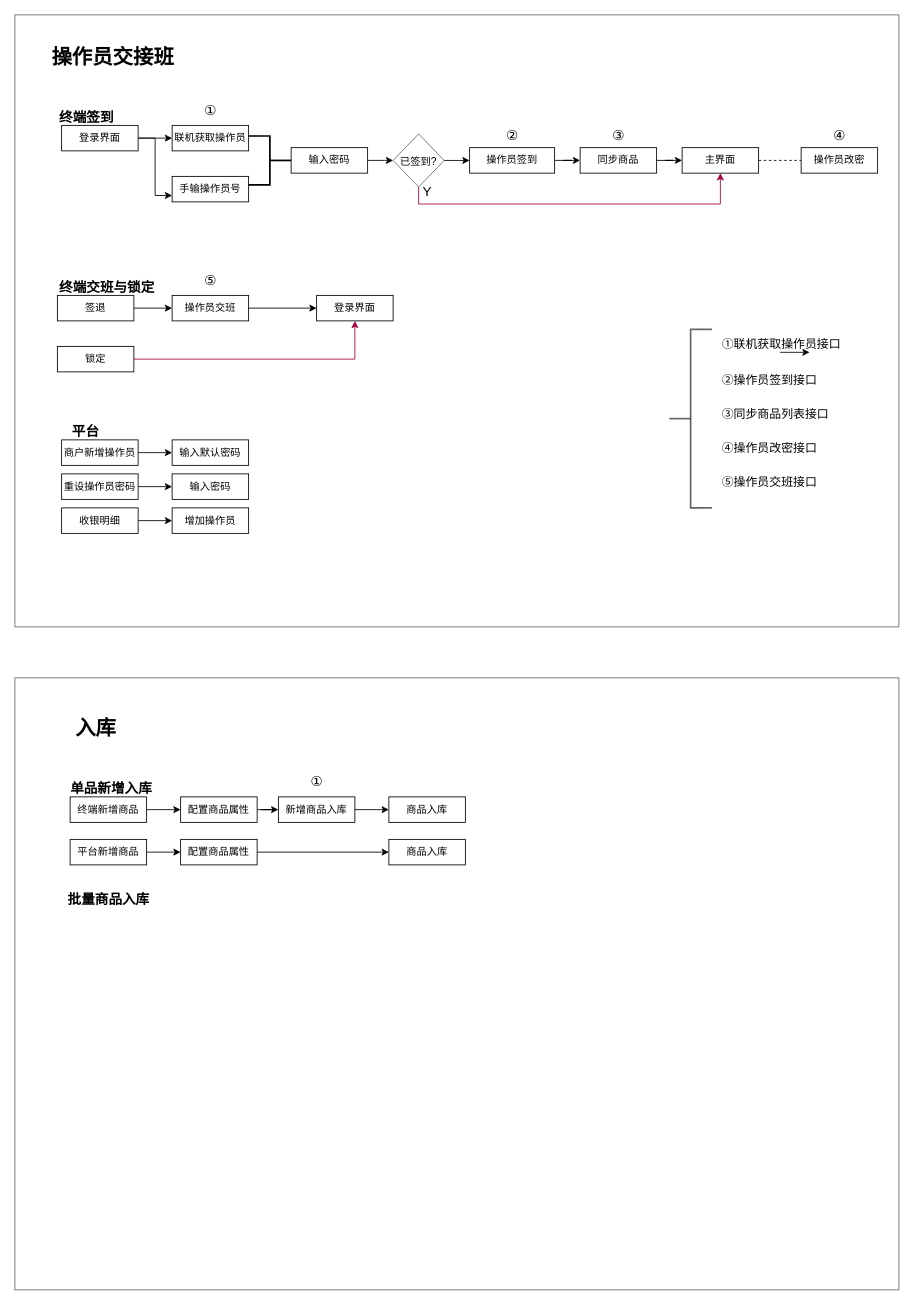
xin78693304/mycharts keeps this draw.io diagram as Untitled Diagram.drawio. Above is the earlier version. Source tidied: cells renumbered, new cells numbered last; positions are measured from the earlier drawing's top-left corner, leaving out a move shared by most shapes. Both pictures are drawn from the tidied source at 85%, with x=0, y=0 at pixel (14, 14).
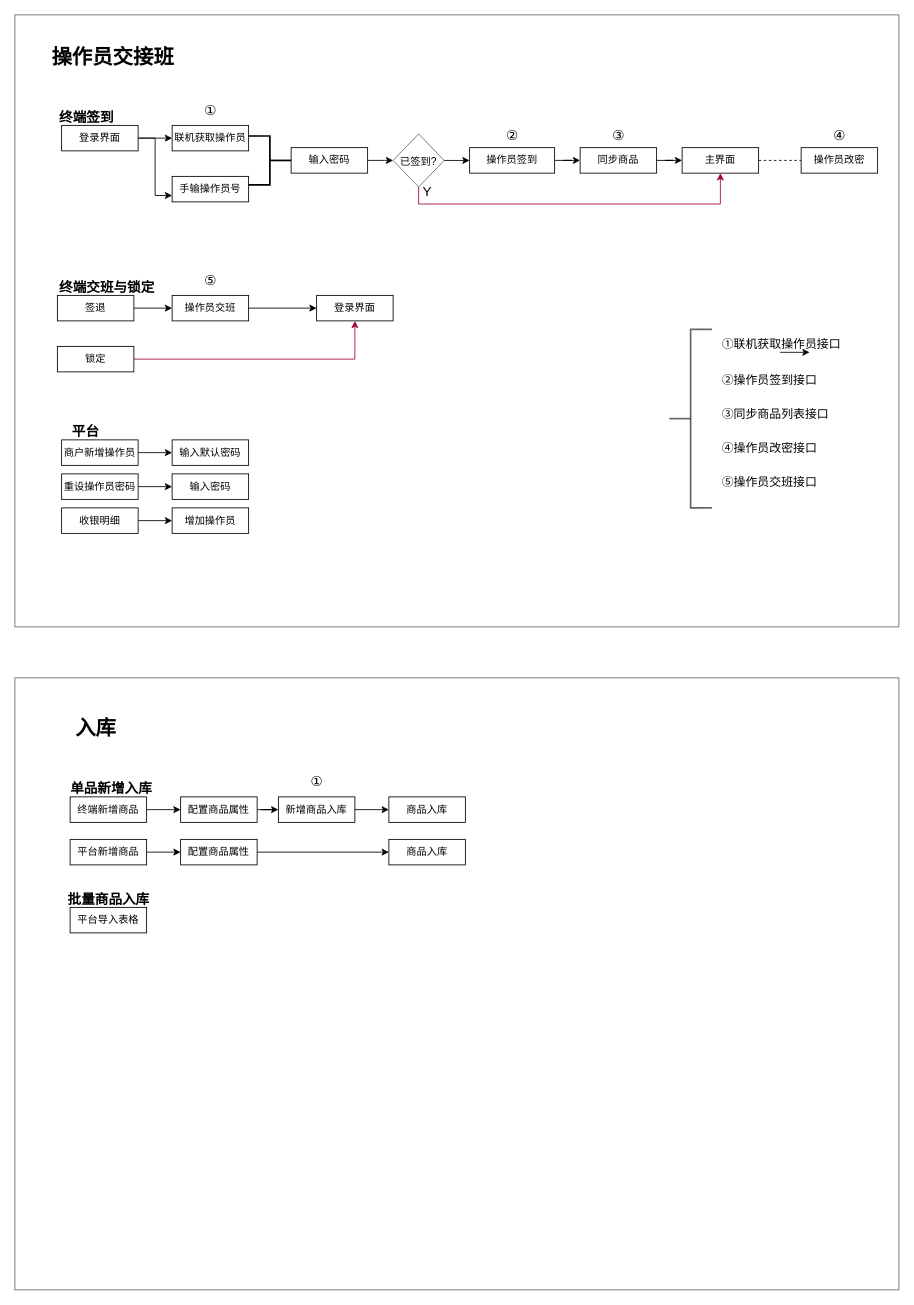
After the change.

What changed in the source:
```diff
@@
+    <mxCell id="71" value="平台导入表格" style="rounded=0;whiteSpace=wrap;html=1;" parent="1" vertex="1">
+      <mxGeometry x="65" y="1050" width="90" height="30" as="geometry" />
+    </mxCell>
```
